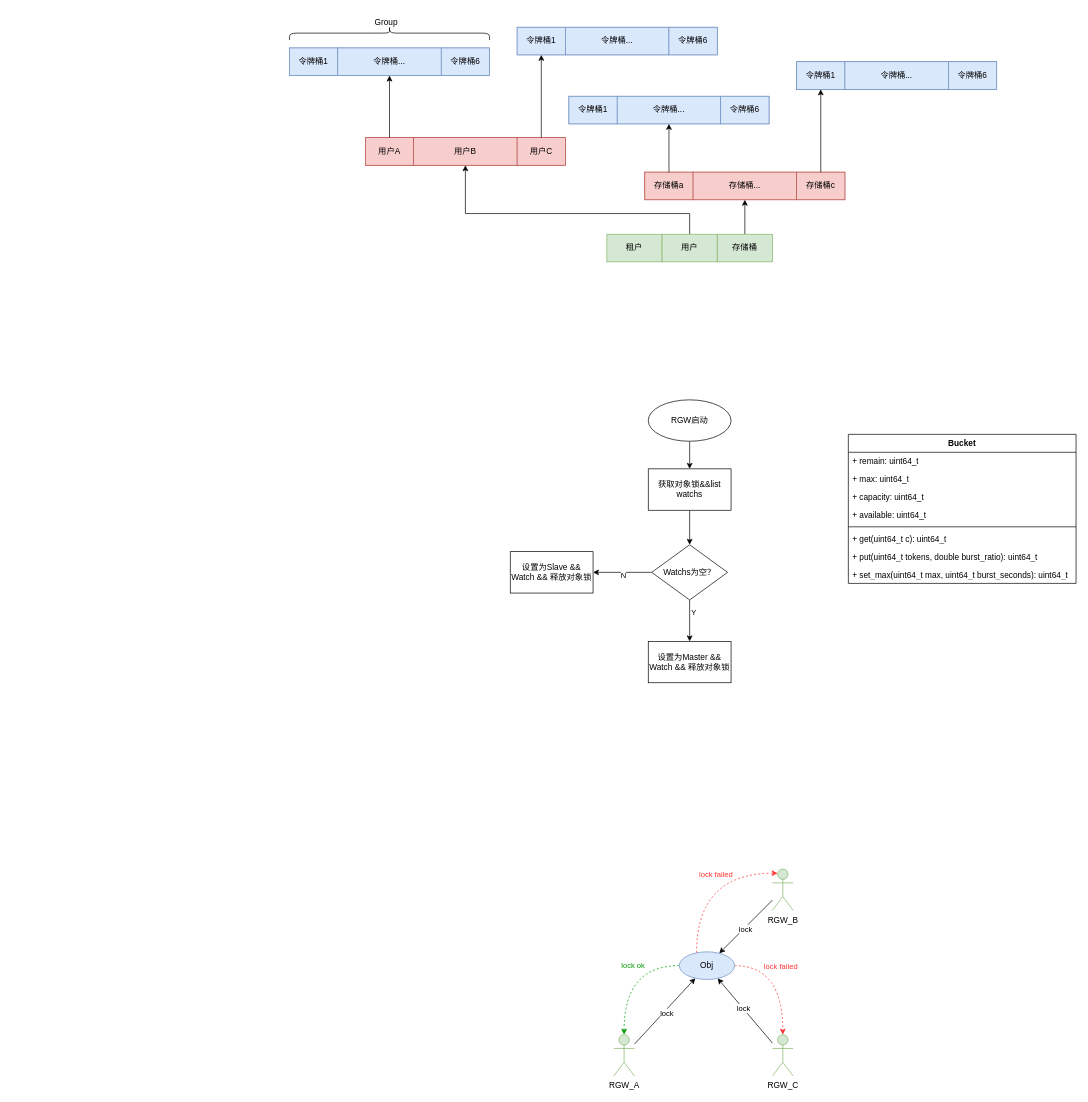
Earlier version of the draw.io diagram page "QoS" (9 of 10) of leveldb.drawio (liutimo/images_bed). Source tidied: cells renumbered, new cells numbered last; positions are measured from the earlier drawing's top-left corner, leaving out a move shared by most shapes. Both pictures are drawn from the tidied source at 69%, with x=0, y=0 at pixel (289, -67).
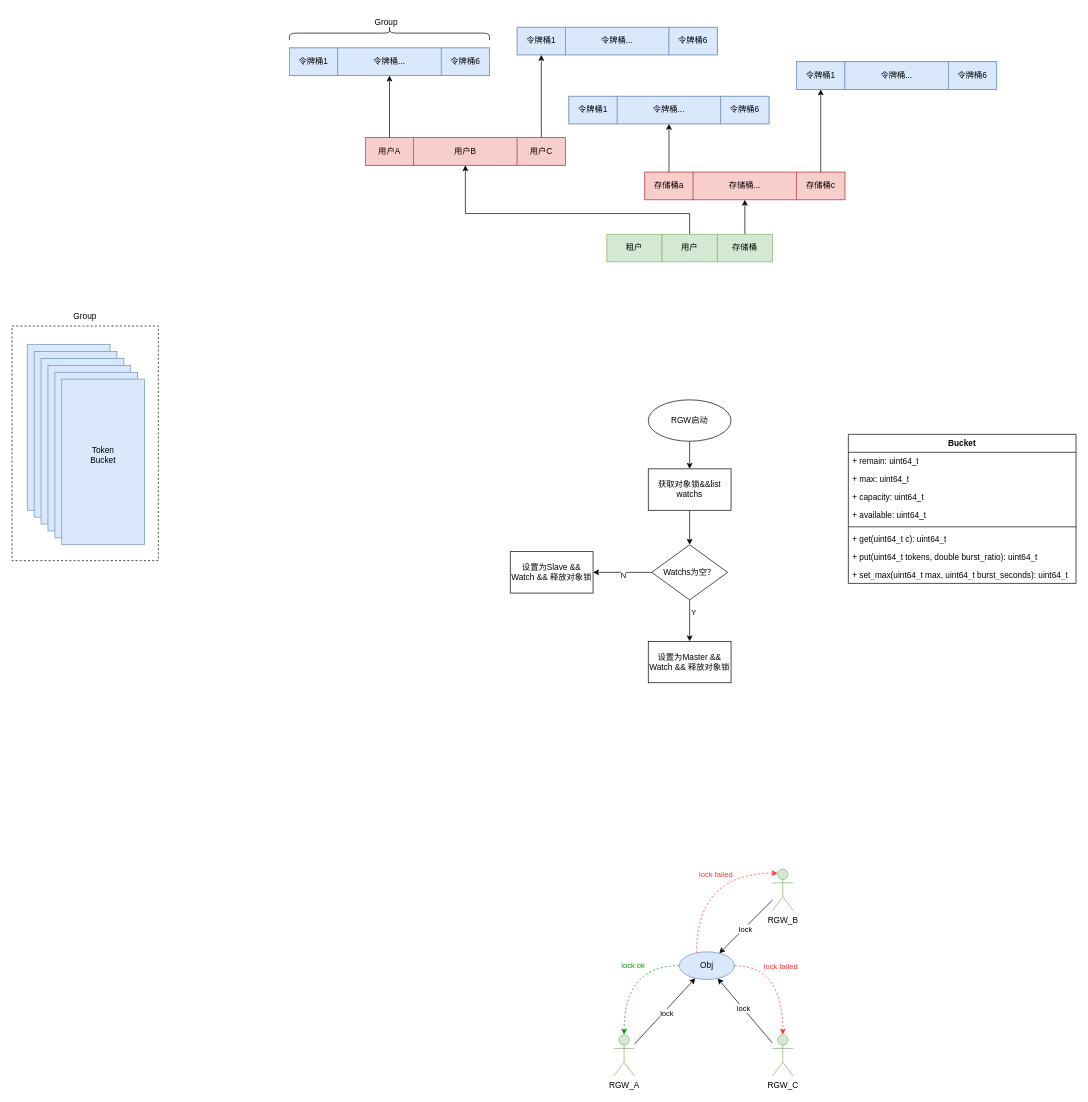
The same diagram, later.

Change to the diagram source:
```diff
@@
+    <mxCell id="75" style="rounded=0;whiteSpace=wrap;html=1;fillColor=#dae8fc;strokeColor=#6c8ebf;" parent="1" vertex="1">
+      <mxGeometry x="-380" y="596" width="120" height="240" as="geometry" />
+    </mxCell>
+    <mxCell id="76" style="rounded=0;whiteSpace=wrap;html=1;fillColor=#dae8fc;strokeColor=#6c8ebf;" parent="1" vertex="1">
+      <mxGeometry x="-370" y="606" width="120" height="240" as="geometry" />
+    </mxCell>
+    <mxCell id="77" style="rounded=0;whiteSpace=wrap;html=1;fillColor=#dae8fc;strokeColor=#6c8ebf;" parent="1" vertex="1">
+      <mxGeometry x="-360" y="616" width="120" height="240" as="geometry" />
+    </mxCell>
+    <mxCell id="78" style="rounded=0;whiteSpace=wrap;html=1;fillColor=#dae8fc;strokeColor=#6c8ebf;" parent="1" vertex="1">
+      <mxGeometry x="-350" y="626" width="120" height="240" as="geometry" />
+    </mxCell>
+    <mxCell id="79" style="rounded=0;whiteSpace=wrap;html=1;fillColor=#dae8fc;strokeColor=#6c8ebf;" parent="1" vertex="1">
+      <mxGeometry x="-340" y="636" width="120" height="240" as="geometry" />
+    </mxCell>
+    <mxCell id="80" style="rounded=0;whiteSpace=wrap;html=1;fillColor=#dae8fc;strokeColor=#6c8ebf;" parent="1" vertex="1">
+      <mxGeometry x="-330" y="646" width="120" height="240" as="geometry" />
+    </mxCell>
+    <mxCell id="81" style="rounded=0;whiteSpace=wrap;html=1;fillColor=none;dashed=1;" parent="1" vertex="1">
+      <mxGeometry x="-402" y="569" width="212" height="340" as="geometry" />
+    </mxCell>
+    <mxCell id="82" value="Group" style="text;html=1;align=center;verticalAlign=middle;whiteSpace=wrap;rounded=0;" parent="1" vertex="1">
+      <mxGeometry x="-326" y="540" width="60" height="30" as="geometry" />
+    </mxCell>
+    <mxCell id="83" value="Token&lt;div&gt;Bucket&lt;/div&gt;" style="text;html=1;align=center;verticalAlign=middle;whiteSpace=wrap;rounded=0;fillColor=none;strokeColor=none;" parent="1" vertex="1">
+      <mxGeometry x="-300" y="741" width="60" height="30" as="geometry" />
+    </mxCell>
```
